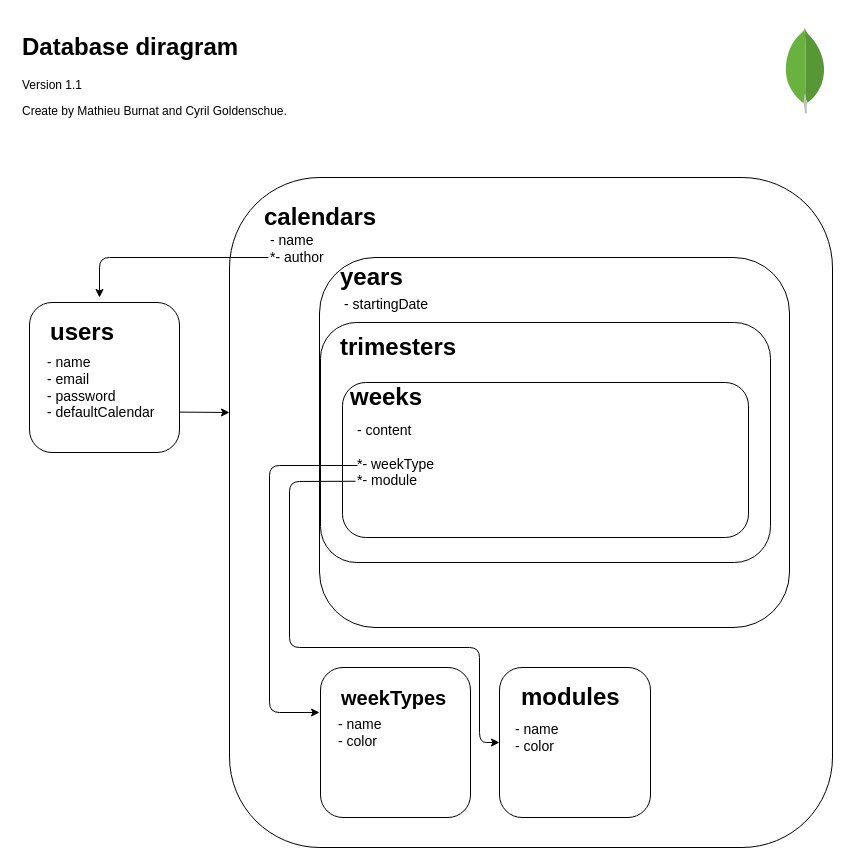
MathieuBurnat/tech_calendar keeps this draw.io diagram as documentation/database/Diagram.drawio. Above is the earlier version. Source tidied: cells renumbered, new cells numbered last; positions are measured from the earlier drawing's top-left corner, leaving out a move shared by most shapes. Both pictures are drawn from the tidied source at 100%, with x=0, y=0 at pixel (17, 27).
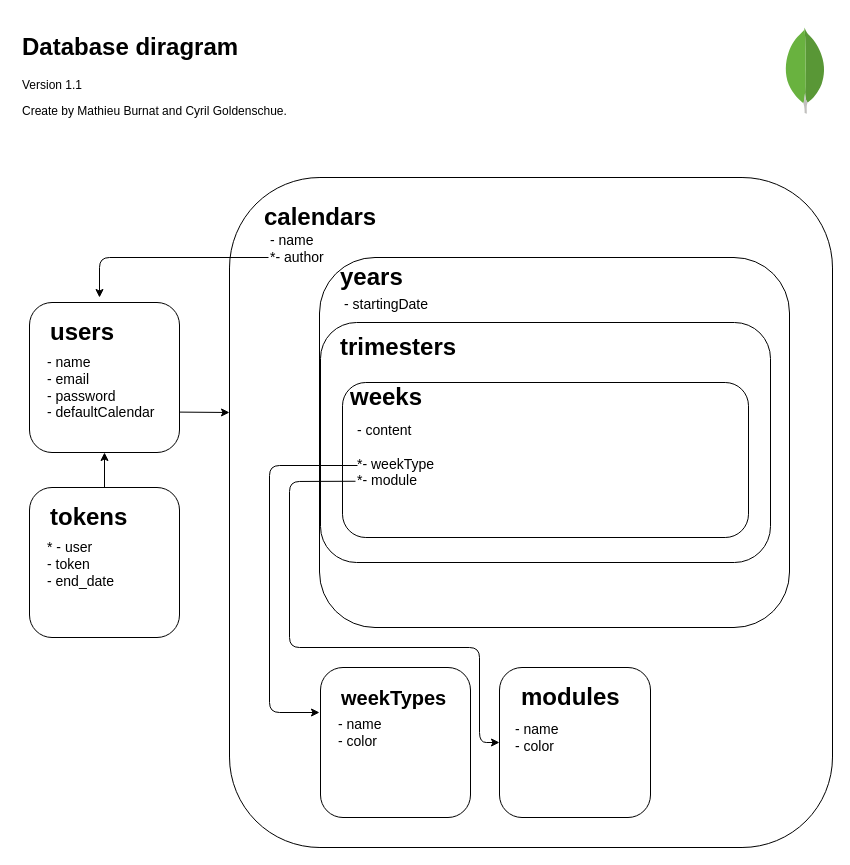
The same page after the edit.

The change refers to these unchanged cells:
```xml
<mxCell id="7" style="rounded=1;whiteSpace=wrap;html=1;" parent="1" vertex="1">
  <mxGeometry x="12" y="275" width="150" height="150" as="geometry" />
</mxCell>
```

The edit, as a diff of the source:
```diff
@@
+    <mxCell id="28" style="rounded=1;whiteSpace=wrap;html=1;" parent="1" vertex="1">
+      <mxGeometry x="12" y="460" width="150" height="150" as="geometry" />
+    </mxCell>
+    <mxCell id="29" value="&lt;h1&gt;tokens&lt;/h1&gt;" style="text;html=1;strokeColor=none;fillColor=none;spacing=5;spacingTop=-20;whiteSpace=wrap;overflow=hidden;rounded=0;" parent="1" vertex="1">
+      <mxGeometry x="28" y="470" width="94" height="40" as="geometry" />
+    </mxCell>
+    <mxCell id="30" value="&lt;font style=&quot;font-size: 14px&quot;&gt;* - user&lt;br&gt;- token&lt;br&gt;- end_date&lt;br&gt;&lt;/font&gt;&lt;div style=&quot;font-size: 14px&quot;&gt;&lt;br&gt;&lt;/div&gt;" style="text;html=1;strokeColor=none;fillColor=none;align=left;verticalAlign=middle;whiteSpace=wrap;rounded=0;" parent="1" vertex="1">
+      <mxGeometry x="28" y="500" width="134" height="90" as="geometry" />
+    </mxCell>
+    <mxCell id="31" style="endArrow=classic;html=1;exitX=0.5;exitY=0;exitDx=0;exitDy=0;entryX=0.5;entryY=1;entryDx=0;entryDy=0;" parent="1" edge="1" source="28" target="7">
+      <mxGeometry relative="1" as="geometry" />
+    </mxCell>
```
